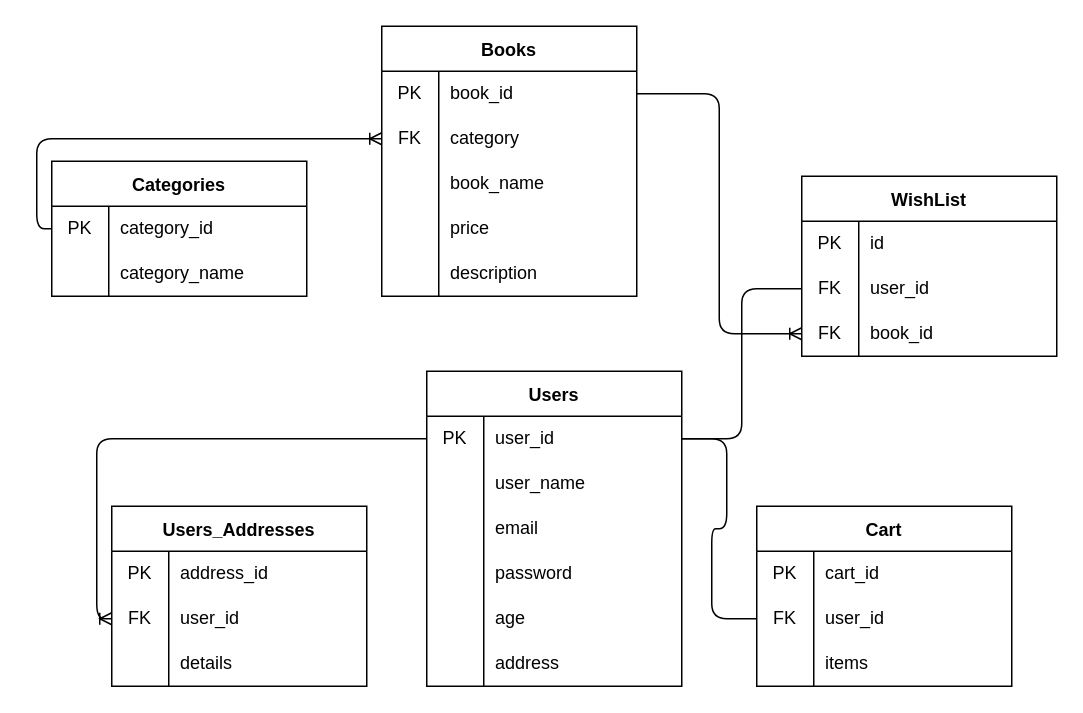
Above: db.drawio in Sameh-Sany/books_store (draw.io), before the change. Source tidied: cells renumbered, new cells numbered last; positions are measured from the earlier drawing's top-left corner, leaving out a move shared by most shapes. Both pictures are drawn from the tidied source at 150%, with x=0, y=0 at pixel (51, 26).
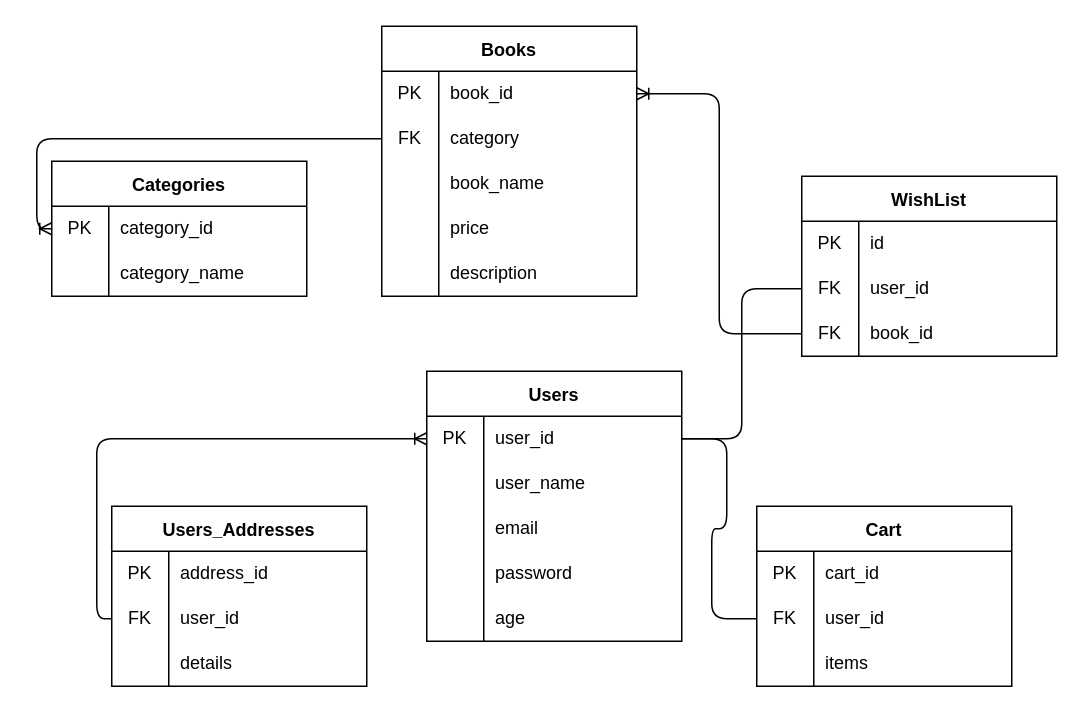
After the change.

Unchanged cells that the change refers to:
```xml
<mxCell id="3" style="shape=tableRow;horizontal=0;startSize=0;swimlaneHead=0;swimlaneBody=0;top=0;left=0;bottom=0;right=0;fillColor=none;points=[[0,0.5],[1,0.5]];portConstraint=eastwest;" parent="2" vertex="1">
  <mxGeometry y="30" width="170" height="30" as="geometry" />
</mxCell>
<mxCell id="22" style="shape=tableRow;horizontal=0;startSize=0;swimlaneHead=0;swimlaneBody=0;top=0;left=0;bottom=0;right=0;fillColor=none;points=[[0,0.5],[1,0.5]];portConstraint=eastwest;" parent="21" vertex="1">
  <mxGeometry y="30" width="170" height="30" as="geometry" />
</mxCell>
<mxCell id="25" style="shape=tableRow;horizontal=0;startSize=0;swimlaneHead=0;swimlaneBody=0;top=0;left=0;bottom=0;right=0;fillColor=none;points=[[0,0.5],[1,0.5]];portConstraint=eastwest;" parent="21" vertex="1">
  <mxGeometry y="60" width="170" height="30" as="geometry" />
</mxCell>
<mxCell id="38" style="shape=tableRow;horizontal=0;startSize=0;swimlaneHead=0;swimlaneBody=0;top=0;left=0;bottom=0;right=0;fillColor=none;points=[[0,0.5],[1,0.5]];portConstraint=eastwest;" parent="37" vertex="1">
  <mxGeometry y="30" width="170" height="30" as="geometry" />
</mxCell>
<mxCell id="48" style="shape=tableRow;horizontal=0;startSize=0;swimlaneHead=0;swimlaneBody=0;top=0;left=0;bottom=0;right=0;fillColor=none;points=[[0,0.5],[1,0.5]];portConstraint=eastwest;" parent="44" vertex="1">
  <mxGeometry y="60" width="170" height="30" as="geometry" />
</mxCell>
<mxCell id="73" style="shape=tableRow;horizontal=0;startSize=0;swimlaneHead=0;swimlaneBody=0;top=0;left=0;bottom=0;right=0;fillColor=none;points=[[0,0.5],[1,0.5]];portConstraint=eastwest;" parent="66" vertex="1">
  <mxGeometry y="90" width="170" height="30" as="geometry" />
</mxCell>
```

Change to the diagram source:
```diff
@@
     <mxCell id="2" value="Users" style="shape=table;startSize=30;childLayout=tableLayout;rowLines=0;fontStyle=1;" parent="1" vertex="1">
-      <mxGeometry x="250" y="230" width="170" height="210" as="geometry" />
+      <mxGeometry x="250" y="230" width="170" height="180" as="geometry" />
     </mxCell>
@@
-    <mxCell id="18" style="shape=tableRow;horizontal=0;startSize=0;swimlaneHead=0;swimlaneBody=0;top=0;left=0;bottom=0;right=0;fillColor=none;" parent="2" vertex="1">
-      <mxGeometry y="180" width="170" height="30" as="geometry" />
-    </mxCell>
-    <mxCell id="19" style="shape=partialRectangle;html=1;whiteSpace=wrap;fillColor=none;top=0;left=0;bottom=0;right=0;overflow=hidden;" parent="18" vertex="1">
-      <mxGeometry width="38" height="30" as="geometry" />
-    </mxCell>
-    <mxCell id="20" value="address" style="shape=partialRectangle;html=1;whiteSpace=wrap;fillColor=none;top=0;left=0;bottom=0;right=0;align=left;spacingLeft=6;overflow=hidden;" parent="18" vertex="1">
-      <mxGeometry x="38" width="132" height="30" as="geometry" />
-    </mxCell>
@@
-    <mxCell id="64" style="edgeStyle=orthogonalEdgeStyle;html=1;exitX=0;exitY=0.5;exitDx=0;exitDy=0;entryX=0;entryY=0.5;entryDx=0;entryDy=0;endArrow=ERoneToMany;endFill=0;" parent="1" edge="1" source="3" target="48">
+    <mxCell id="64" style="edgeStyle=orthogonalEdgeStyle;html=1;endArrow=ERoneToMany;endFill=0;exitX=0;exitY=0.5;exitDx=0;exitDy=0;" parent="1" edge="1" source="48" target="3">
       <mxGeometry relative="1" as="geometry" />
     </mxCell>
@@
-    <mxCell id="77" style="edgeStyle=orthogonalEdgeStyle;html=1;exitX=1;exitY=0.5;exitDx=0;exitDy=0;entryX=0;entryY=0.5;entryDx=0;entryDy=0;endArrow=ERoneToMany;endFill=0;" parent="1" edge="1" source="22" target="73">
+    <mxCell id="77" style="edgeStyle=orthogonalEdgeStyle;html=1;endArrow=ERoneToMany;endFill=0;" parent="1" edge="1" source="73" target="22">
       <mxGeometry relative="1" as="geometry" />
     </mxCell>
-    <mxCell id="78" style="edgeStyle=orthogonalEdgeStyle;html=1;exitX=0;exitY=0.5;exitDx=0;exitDy=0;endArrow=ERoneToMany;endFill=0;" parent="1" edge="1" source="38" target="25">
+    <mxCell id="78" style="edgeStyle=orthogonalEdgeStyle;html=1;exitX=0;exitY=0.5;exitDx=0;exitDy=0;entryX=0;entryY=0.5;entryDx=0;entryDy=0;endArrow=ERoneToMany;endFill=0;" parent="1" edge="1" source="25" target="38">
       <mxGeometry relative="1" as="geometry" />
     </mxCell>
```
